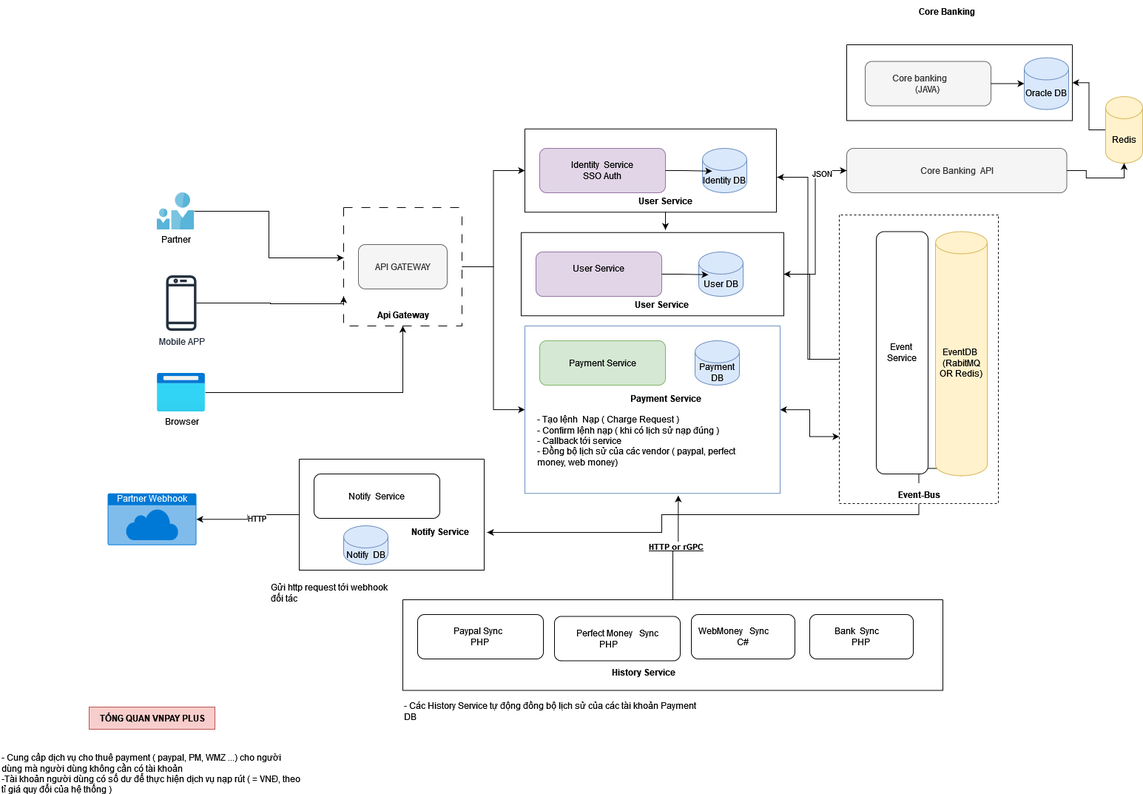
Before: Vivi servicer.drawio.png, a diagram exported from draw.io (bachdev/diagram). Source tidied: cells renumbered, new cells last; positions are measured from the earlier drawing's top-left corner, leaving out a move shared by most shapes.
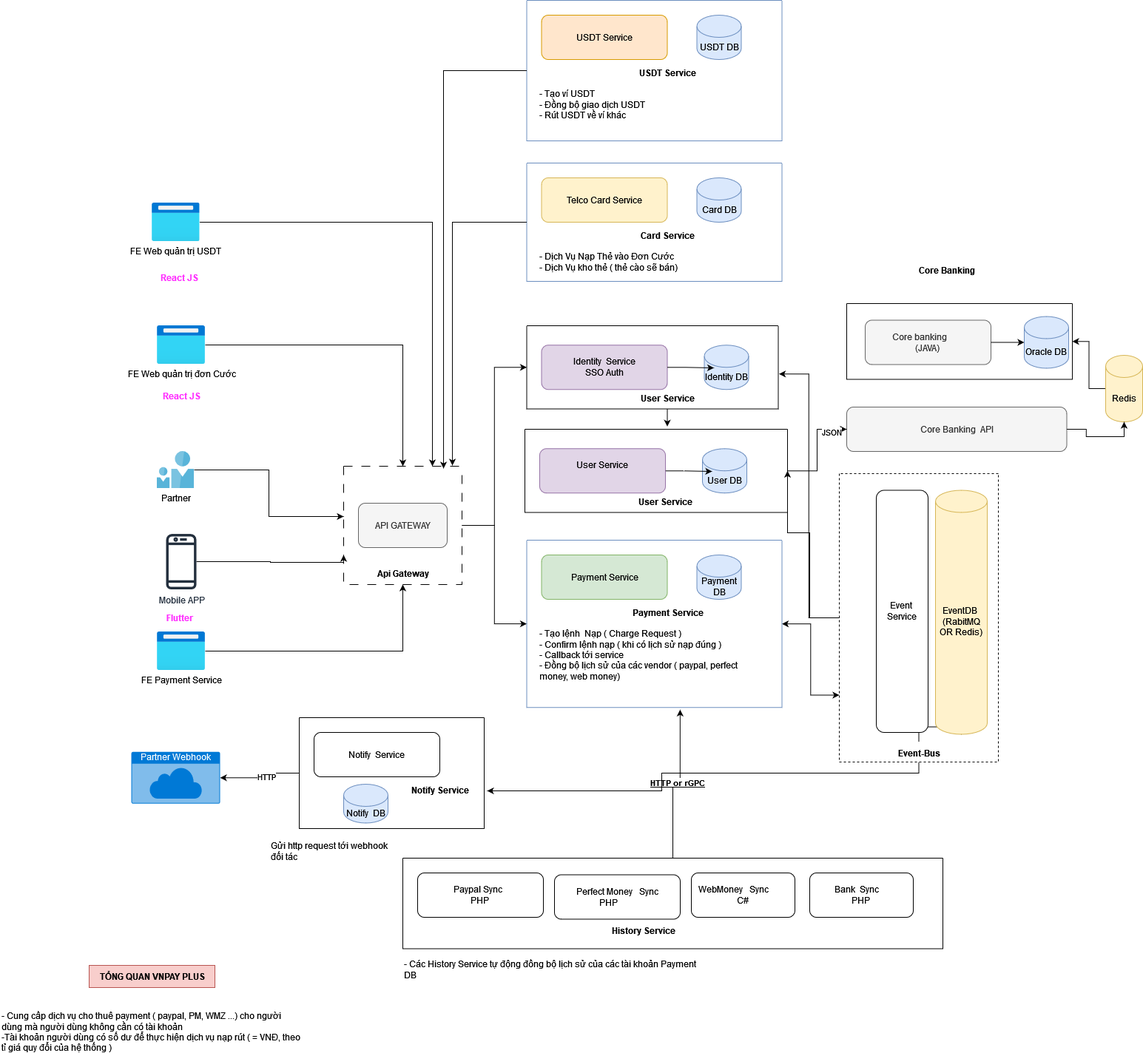
Above is the later version.

Diff of the diagram source:
```diff
@@ -33,7 +33,7 @@
       <mxGeometry relative="1" as="geometry" />
     </mxCell>
     <mxCell id="12" value="Post" style="swimlane;startSize=0;rounded=1;shadow=0;fontColor=none;labelBackgroundColor=none;noLabel=1;" parent="1" vertex="1">
-      <mxGeometry x="709" y="173.8" width="340" height="112.5" as="geometry" />
+      <mxGeometry x="711.5" y="90" width="340" height="112.5" as="geometry" />
     </mxCell>
     <mxCell id="13" style="edgeStyle=orthogonalEdgeStyle;rounded=0;jettySize=auto;html=1;" parent="12" edge="1" source="14">
       <mxGeometry relative="1" as="geometry">
@@ -56,7 +56,7 @@
       <mxGeometry relative="1" as="geometry" />
     </mxCell>
     <mxCell id="19" value="Post" style="swimlane;startSize=0;rounded=1;shadow=0;labelBackgroundColor=none;noLabel=1;fillColor=#dae8fc;strokeColor=#6c8ebf;" parent="1" vertex="1">
-      <mxGeometry x="709" y="440" width="345" height="226.2" as="geometry" />
+      <mxGeometry x="711.5" y="380" width="345" height="226.2" as="geometry" />
     </mxCell>
     <mxCell id="20" value="&lt;b&gt;Payment Service&lt;br&gt;&lt;/b&gt;" style="text;html=1;align=center;verticalAlign=middle;strokeColor=none;fillColor=none;" parent="19" vertex="1">
       <mxGeometry x="130" y="82.5" width="120" height="30" as="geometry" />
@@ -135,7 +135,7 @@
     <mxCell id="41" style="edgeStyle=orthogonalEdgeStyle;rounded=0;jettySize=auto;html=1;" parent="1" edge="1" source="42" target="6">
       <mxGeometry relative="1" as="geometry" />
     </mxCell>
-    <mxCell id="42" value="Browser" style="image;html=1;points=[];align=center;fontSize=12;image=img/lib/azure2/general/Browser.svg;" parent="1" vertex="1">
+    <mxCell id="42" value="FE Payment Service" style="image;html=1;points=[];align=center;fontSize=12;image=img/lib/azure2/general/Browser.svg;" parent="1" vertex="1">
       <mxGeometry x="212" y="504" width="65" height="52" as="geometry" />
     </mxCell>
     <mxCell id="43" value="Gửi http request tới webhook đối tác " style="text;html=1;whiteSpace=wrap;overflow=hidden;rounded=0;" parent="1" vertex="1">
@@ -187,7 +187,7 @@
       </mxGeometry>
     </mxCell>
     <mxCell id="57" value="&lt;div&gt;Partner Webhook&lt;/div&gt;&lt;div&gt;&lt;br&gt;&lt;/div&gt;" style="html=1;whiteSpace=wrap;strokeColor=none;fillColor=#0079D6;labelPosition=center;verticalLabelPosition=middle;verticalAlign=top;align=center;fontSize=12;outlineConnect=0;spacingTop=-6;fontColor=#FFFFFF;sketch=0;shape=mxgraph.sitemap.cloud;" parent="1" vertex="1">
-      <mxGeometry x="145" y="666.2" width="120" height="70" as="geometry" />
+      <mxGeometry x="177" y="666.2" width="120" height="70" as="geometry" />
     </mxCell>
     <mxCell id="58" value="&lt;b&gt;Core Banking&lt;br&gt;&lt;/b&gt;" style="text;html=1;align=center;verticalAlign=middle;strokeColor=none;fillColor=none;" parent="1" vertex="1">
       <mxGeometry x="1229" width="100" height="30" as="geometry" />
@@ -199,7 +199,7 @@
       <mxGeometry x="0.71" y="-3" relative="1" as="geometry" />
     </mxCell>
     <mxCell id="61" value="Post" style="swimlane;startSize=0;rounded=1;shadow=0;fontColor=none;labelBackgroundColor=none;noLabel=1;" parent="1" vertex="1">
-      <mxGeometry x="704" y="313.8" width="355" height="112.5" as="geometry" />
+      <mxGeometry x="709" y="230" width="355" height="112.5" as="geometry" />
     </mxCell>
     <mxCell id="62" value="&lt;b&gt;User Service&lt;br&gt;&lt;/b&gt;" style="text;html=1;align=center;verticalAlign=middle;strokeColor=none;fillColor=none;" parent="61" vertex="1">
       <mxGeometry x="140" y="82.5" width="100" height="30" as="geometry" />
@@ -219,5 +219,62 @@
     <mxCell id="67" value="&lt;div&gt;- Cung cấp dịch vụ cho thuê payment ( paypal, PM, WMZ ...) cho người dùng mà người dùng không cần có tài khoản &lt;br&gt;&lt;/div&gt;&lt;div&gt;-Tài khoản người dùng có số dư để thực hiện dịch vụ nạp rút ( = VNĐ, theo tỉ giá quy đổi của hệ thống ) &lt;br&gt;&lt;/div&gt;&lt;div&gt;&lt;br&gt;&lt;/div&gt;" style="text;html=1;whiteSpace=wrap;overflow=hidden;rounded=0;" parent="1" vertex="1">
       <mxGeometry y="1010" width="410" height="60" as="geometry" />
     </mxCell>
+    <mxCell id="68" value="Post" style="swimlane;startSize=0;rounded=1;shadow=0;labelBackgroundColor=none;noLabel=1;fillColor=#dae8fc;strokeColor=#6c8ebf;" parent="1" vertex="1">
+      <mxGeometry x="711.5" y="-130" width="345" height="160" as="geometry" />
+    </mxCell>
+    <mxCell id="69" value="&lt;b&gt;Card Service&lt;br&gt;&lt;/b&gt;" style="text;html=1;align=center;verticalAlign=middle;strokeColor=none;fillColor=none;" parent="68" vertex="1">
+      <mxGeometry x="140" y="82.5" width="100" height="30" as="geometry" />
+    </mxCell>
+    <mxCell id="70" value="Telco Card Service" style="rounded=1;whiteSpace=wrap;html=1;fillColor=#fff2cc;strokeColor=#d6b656;" parent="68" vertex="1">
+      <mxGeometry x="20" y="20" width="170" height="60" as="geometry" />
+    </mxCell>
+    <mxCell id="71" value="Card DB" style="shape=cylinder3;whiteSpace=wrap;html=1;boundedLbl=1;backgroundOutline=1;size=15;fillColor=#dae8fc;strokeColor=#6c8ebf;" parent="68" vertex="1">
+      <mxGeometry x="230" y="20" width="60" height="60" as="geometry" />
+    </mxCell>
+    <mxCell id="72" value="&lt;div&gt;- Dịch Vụ Nạp Thẻ vào Đơn Cước&lt;br&gt;&lt;/div&gt;&lt;div&gt;- Dịch Vụ kho thẻ ( thẻ cào sẽ bán)&lt;br&gt;&lt;/div&gt;&lt;div&gt;&lt;br&gt;&lt;/div&gt;" style="text;html=1;whiteSpace=wrap;overflow=hidden;rounded=0;" parent="68" vertex="1">
+      <mxGeometry x="15" y="112.5" width="295" height="47.5" as="geometry" />
+    </mxCell>
+    <mxCell id="73" value="Post" style="swimlane;startSize=0;rounded=1;shadow=0;labelBackgroundColor=none;noLabel=1;fillColor=#dae8fc;strokeColor=#6c8ebf;" parent="1" vertex="1">
+      <mxGeometry x="711.5" y="-350" width="345" height="190" as="geometry" />
+    </mxCell>
+    <mxCell id="74" value="&lt;b&gt;USDT Service&lt;br&gt;&lt;/b&gt;" style="text;html=1;align=center;verticalAlign=middle;strokeColor=none;fillColor=none;" parent="73" vertex="1">
+      <mxGeometry x="140" y="82.5" width="100" height="30" as="geometry" />
+    </mxCell>
+    <mxCell id="75" value="USDT Service" style="rounded=1;whiteSpace=wrap;html=1;fillColor=#ffe6cc;strokeColor=#d79b00;" parent="73" vertex="1">
+      <mxGeometry x="20" y="20" width="170" height="60" as="geometry" />
+    </mxCell>
+    <mxCell id="76" value="USDT DB" style="shape=cylinder3;whiteSpace=wrap;html=1;boundedLbl=1;backgroundOutline=1;size=15;fillColor=#dae8fc;strokeColor=#6c8ebf;" parent="73" vertex="1">
+      <mxGeometry x="230" y="20" width="60" height="60" as="geometry" />
+    </mxCell>
+    <mxCell id="77" value="&lt;div&gt;- Tạo ví USDT&lt;/div&gt;&lt;div&gt;- Đồng bộ giao dịch USDT&lt;/div&gt;&lt;div&gt;- Rút USDT về ví khác &lt;br&gt;&lt;/div&gt;" style="text;html=1;whiteSpace=wrap;overflow=hidden;rounded=0;" parent="73" vertex="1">
+      <mxGeometry x="15" y="112.5" width="295" height="57.5" as="geometry" />
+    </mxCell>
+    <mxCell id="78" style="edgeStyle=orthogonalEdgeStyle;rounded=0;jettySize=auto;html=1;entryX=0.75;entryY=0;entryDx=0;entryDy=0;" parent="1" edge="1" source="79" target="4">
+      <mxGeometry relative="1" as="geometry" />
+    </mxCell>
+    <mxCell id="79" value="FE Web quản trị USDT " style="image;html=1;points=[];align=center;fontSize=12;image=img/lib/azure2/general/Browser.svg;" parent="1" vertex="1">
+      <mxGeometry x="204.5" y="-76" width="65" height="52" as="geometry" />
+    </mxCell>
+    <mxCell id="80" style="edgeStyle=orthogonalEdgeStyle;rounded=0;jettySize=auto;html=1;" parent="1" edge="1" source="81" target="4">
+      <mxGeometry relative="1" as="geometry" />
+    </mxCell>
+    <mxCell id="81" value="FE Web quản trị đơn Cước" style="image;html=1;points=[];align=center;fontSize=12;image=img/lib/azure2/general/Browser.svg;" parent="1" vertex="1">
+      <mxGeometry x="212" y="90" width="65" height="52" as="geometry" />
+    </mxCell>
+    <mxCell id="82" style="edgeStyle=orthogonalEdgeStyle;rounded=0;jettySize=auto;html=1;entryX=0.919;entryY=-0.006;entryDx=0;entryDy=0;entryPerimeter=0;" parent="1" edge="1" source="68" target="4">
+      <mxGeometry relative="1" as="geometry" />
+    </mxCell>
+    <mxCell id="83" style="edgeStyle=orthogonalEdgeStyle;rounded=0;jettySize=auto;html=1;entryX=0.844;entryY=0.019;entryDx=0;entryDy=0;entryPerimeter=0;" parent="1" edge="1" source="73" target="4">
+      <mxGeometry relative="1" as="geometry" />
+    </mxCell>
+    <mxCell id="84" value="React JS" style="text;html=1;align=center;verticalAlign=middle;strokeColor=none;fillColor=none;fontStyle=1;fontColor=#FF33FF;" parent="1" vertex="1">
+      <mxGeometry x="209.5" y="170" width="70" height="30" as="geometry" />
+    </mxCell>
+    <mxCell id="85" value="Flutter" style="text;html=1;align=center;verticalAlign=middle;strokeColor=none;fillColor=none;fontStyle=1;fontColor=#FF33FF;" parent="1" vertex="1">
+      <mxGeometry x="212" y="470" width="60" height="30" as="geometry" />
+    </mxCell>
+    <mxCell id="86" value="React JS" style="text;html=1;align=center;verticalAlign=middle;strokeColor=none;fillColor=none;fontStyle=1;fontColor=#FF33FF;" parent="1" vertex="1">
+      <mxGeometry x="207" y="10" width="70" height="30" as="geometry" />
+    </mxCell>
   </root>
 </mxGraphModel>
```
